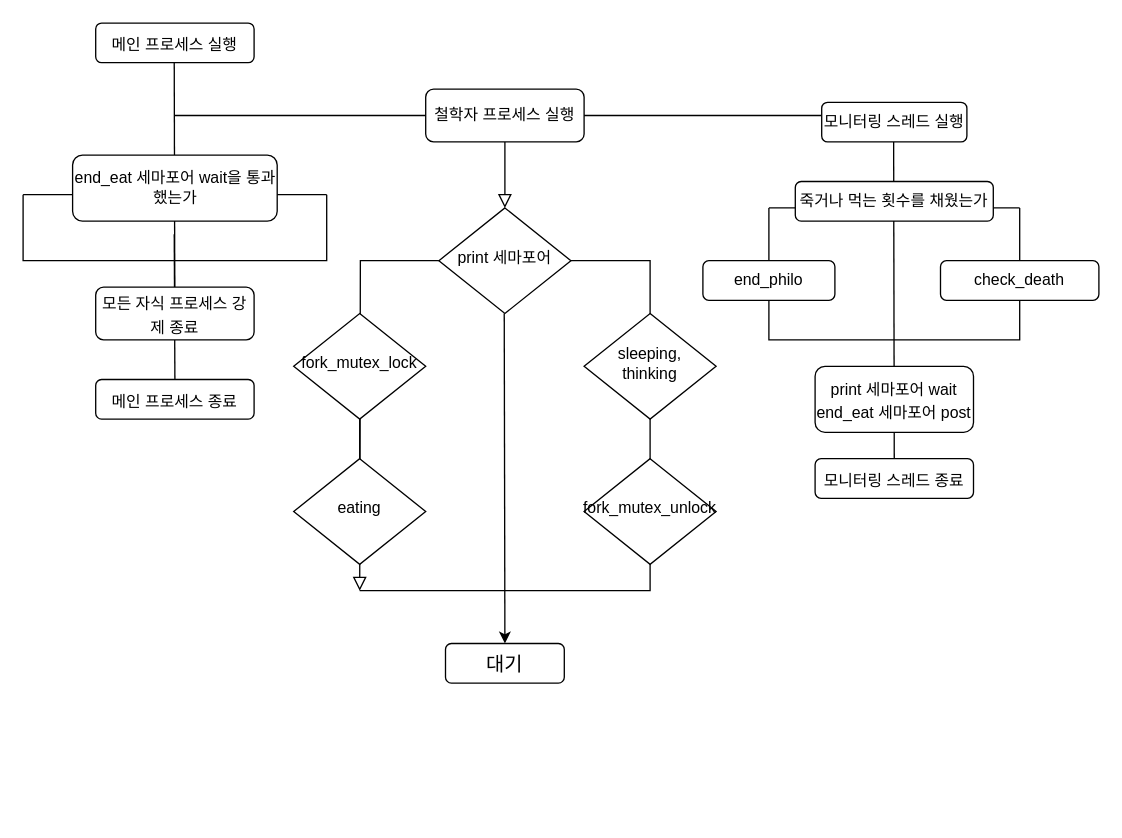
Before: bonus/Philosopher_bonus.drawio in ohwwh/Philosopher, a draw.io diagram. Source tidied: cells renumbered, new cells numbered last; positions are measured from the earlier drawing's top-left corner, leaving out a move shared by most shapes. Both pictures are drawn from the tidied source at 132%, with x=0, y=0 at pixel (22, 22).
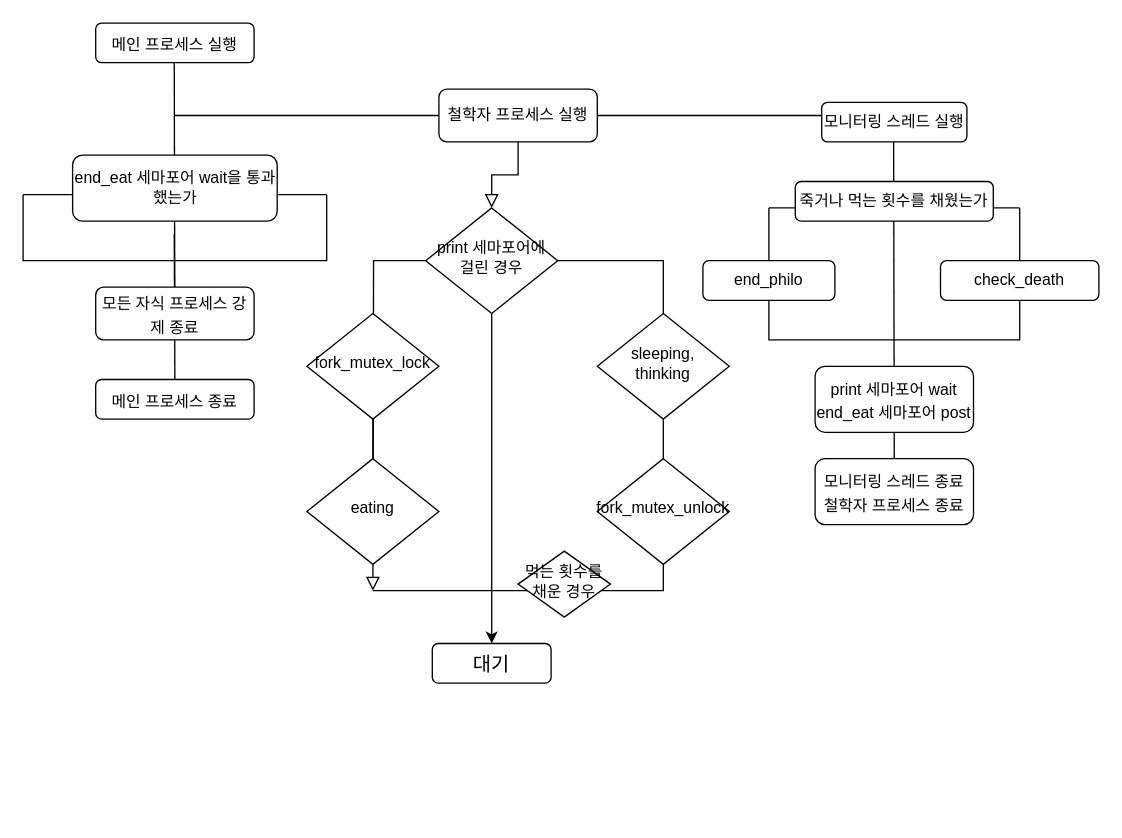
After the change.

The change refers to these unchanged cells:
```xml
<mxCell id="11" style="group;" parent="10" vertex="1">
  <mxGeometry x="50" width="270" height="550" as="geometry" />
</mxCell>
```

Diff of the diagram source:
```diff
@@
     <mxCell id="10" style="group;" parent="1" vertex="1">
-      <mxGeometry x="205" y="50" width="320" height="550" as="geometry" />
+      <mxGeometry x="215" y="50" width="320" height="550" as="geometry" />
     </mxCell>
@@
-    <mxCell id="15" value="print 세마포어" style="rhombus;whiteSpace=wrap;html=1;shadow=0;fontFamily=Helvetica;fontSize=12;align=center;strokeWidth=1;spacing=6;spacingTop=-4;" parent="11" vertex="1">
-      <mxGeometry x="60" y="90" width="100" height="80" as="geometry" />
+    <mxCell id="15" value="print 세마포어에 걸린 경우" style="rhombus;whiteSpace=wrap;html=1;shadow=0;fontFamily=Helvetica;fontSize=12;align=center;strokeWidth=1;spacing=6;spacingTop=-4;" parent="11" vertex="1">
+      <mxGeometry x="40" y="90" width="100" height="80" as="geometry" />
     </mxCell>
@@
     <mxCell id="17" style="endArrow=classic;html=1;rounded=0;fontSize=15;entryX=0.5;entryY=0;entryDx=0;entryDy=0;" parent="11" edge="1" target="18">
       <mxGeometry relative="1" as="geometry">
-        <mxPoint x="109.5" y="170" as="sourcePoint" />
+        <mxPoint x="90" y="170" as="sourcePoint" />
       </mxGeometry>
     </mxCell>
     <mxCell id="18" value="대기" style="rounded=1;whiteSpace=wrap;html=1;fontSize=15;" parent="11" vertex="1">
-      <mxGeometry x="65" y="420" width="90" height="30" as="geometry" />
+      <mxGeometry x="45" y="420" width="90" height="30" as="geometry" />
     </mxCell>
@@
+    <mxCell id="33" value="먹는 횟수를 채운 경우" style="rhombus;whiteSpace=wrap;html=1;shadow=0;fontFamily=Helvetica;fontSize=12;align=center;strokeWidth=1;spacing=6;spacingTop=-4;" parent="11" vertex="1">
+      <mxGeometry x="110" y="350" width="70" height="50" as="geometry" />
+    </mxCell>
@@
     <mxCell id="24" style="group;" parent="1" vertex="1">
-      <mxGeometry x="565" y="60" width="250" height="300" as="geometry" />
+      <mxGeometry x="565" y="60" width="250" height="320" as="geometry" />
     </mxCell>
@@
-    <mxCell id="32" value="&lt;span style=&quot;font-size: 12px;&quot;&gt;모니터링 스레드 종료&lt;/span&gt;" style="rounded=1;whiteSpace=wrap;html=1;fontSize=15;" parent="24" vertex="1">
-      <mxGeometry x="35" y="270" width="120" height="30" as="geometry" />
+    <mxCell id="32" value="&lt;span style=&quot;font-size: 12px;&quot;&gt;모니터링 스레드 종료&lt;br&gt;철학자 프로세스 종료&lt;br&gt;&lt;/span&gt;" style="rounded=1;whiteSpace=wrap;html=1;fontSize=15;" parent="24" vertex="1">
+      <mxGeometry x="35" y="270" width="120" height="50" as="geometry" />
     </mxCell>
```
